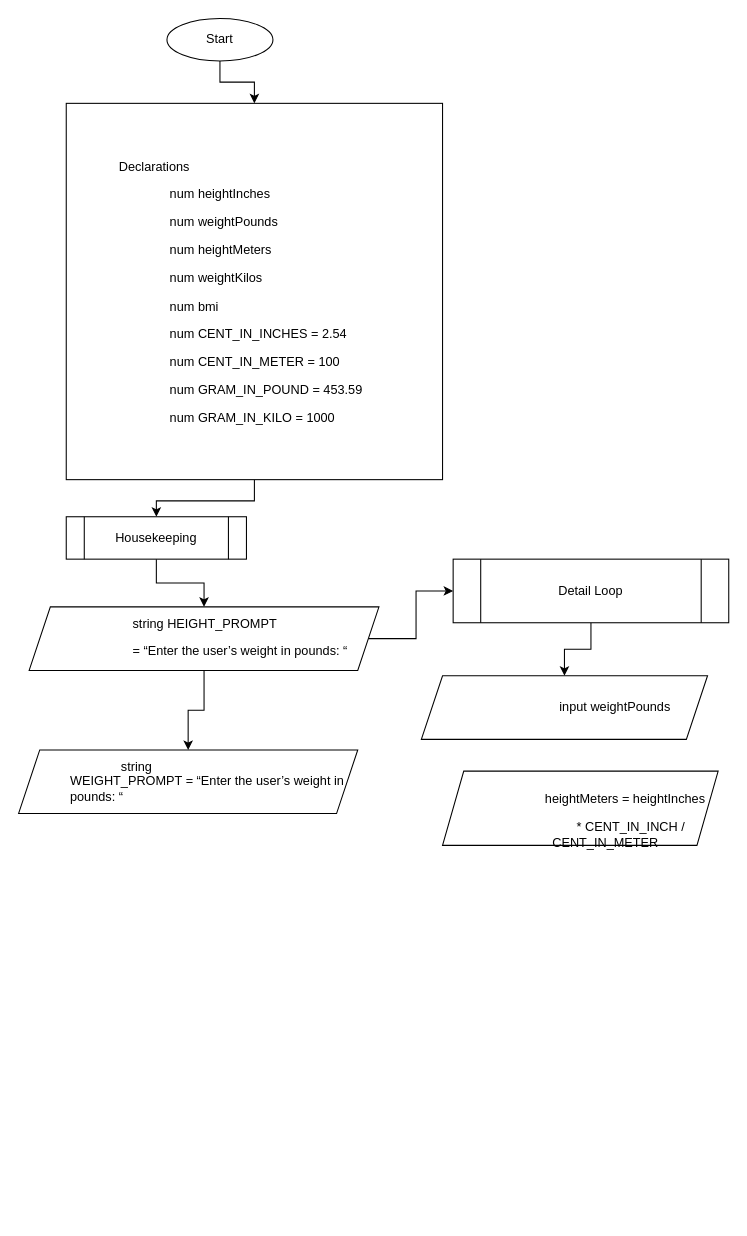
joe-cervantes/CIS-162 keeps this draw.io diagram as tutorial/Untitled Diagram.drawio. Above is the earlier version. Source tidied: cells renumbered, new cells numbered last; positions are measured from the earlier drawing's top-left corner, leaving out a move shared by most shapes. Both pictures are drawn from the tidied source at 106%, with x=0, y=0 at pixel (18, 18).
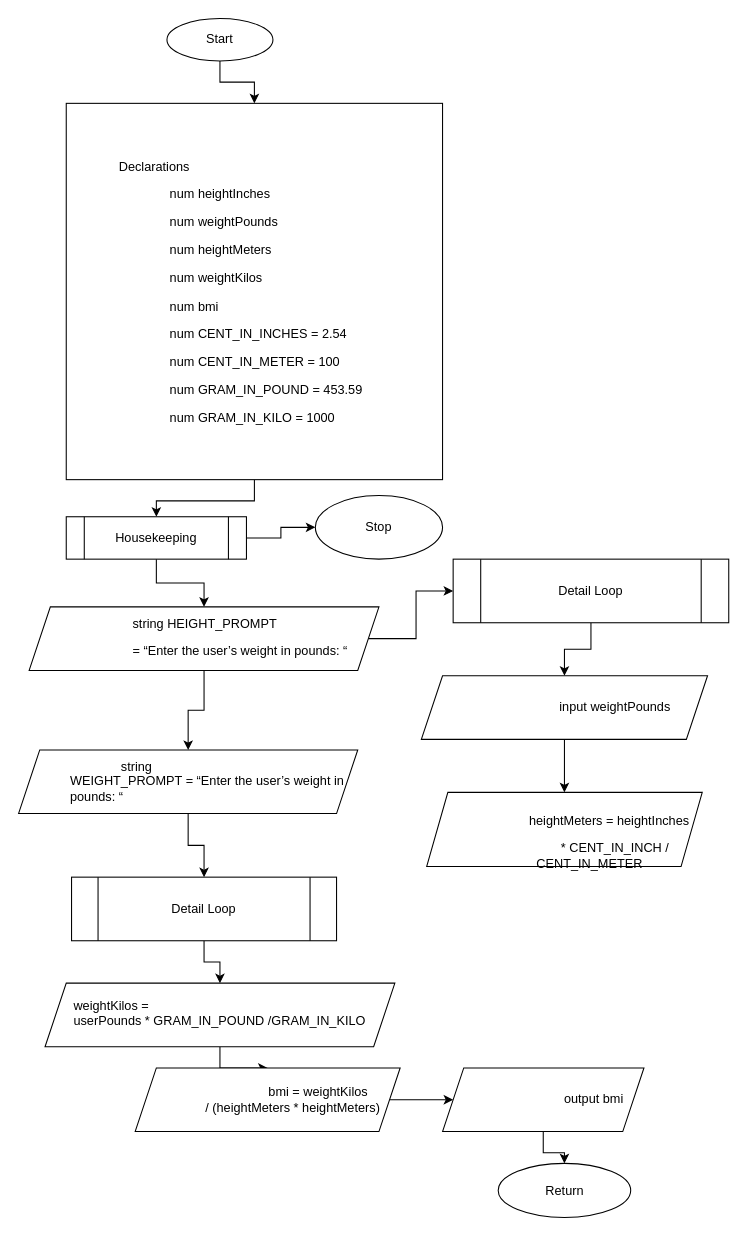
The same diagram, later.

The change refers to these unchanged cells:
```xml
<mxCell id="7" value="Housekeeping" style="shape=process;whiteSpace=wrap;html=1;backgroundOutline=1;" parent="1" vertex="1">
  <mxGeometry x="45" y="470" width="170" height="40" as="geometry" />
</mxCell>
<mxCell id="11" value="&lt;p style=&quot;text-align: left; margin-left: 0.5in; text-indent: 0.5in;&quot; class=&quot;MsoNormal&quot;&gt;string&lt;br/&gt;WEIGHT_PROMPT = “Enter the user’s weight in pounds: “&lt;/p&gt;" style="shape=parallelogram;perimeter=parallelogramPerimeter;whiteSpace=wrap;html=1;fixedSize=1;" parent="1" vertex="1">
  <mxGeometry y="690" width="320" height="60" as="geometry" />
</mxCell>
<mxCell id="14" value="&lt;p style=&quot;text-align: left; margin-left: 0.5in; text-indent: 0.5in;&quot; class=&quot;MsoNormal&quot;&gt;input weightPounds&lt;/p&gt;" style="shape=parallelogram;perimeter=parallelogramPerimeter;whiteSpace=wrap;html=1;fixedSize=1;" parent="1" vertex="1">
  <mxGeometry x="380" y="620" width="270" height="60" as="geometry" />
</mxCell>
```

Change to the diagram source:
```diff
@@
+    <mxCell id="16" style="edgeStyle=orthogonalEdgeStyle;rounded=0;jettySize=auto;html=1;" parent="1" edge="1" source="7" target="28">
+      <mxGeometry relative="1" as="geometry" />
+    </mxCell>
@@
+    <mxCell id="17" style="edgeStyle=orthogonalEdgeStyle;rounded=0;jettySize=auto;html=1;" parent="1" edge="1" source="11" target="20">
+      <mxGeometry relative="1" as="geometry" />
+    </mxCell>
@@
+    <mxCell id="18" style="edgeStyle=orthogonalEdgeStyle;rounded=0;jettySize=auto;html=1;" parent="1" edge="1" source="14" target="15">
+      <mxGeometry relative="1" as="geometry" />
+    </mxCell>
@@
     <mxCell id="15" value="&lt;br&gt;&lt;br&gt;&lt;br&gt;&lt;p style=&quot;margin-left:.5in;text-indent:.5in&quot; class=&quot;MsoNormal&quot;&gt;&lt;span style=&quot;background-color: transparent; color: light-dark(rgb(0, 0, 0), rgb(255, 255, 255)); text-indent: 0.5in;&quot;&gt;&lt;br&gt;&lt;/span&gt;&lt;/p&gt;&lt;p style=&quot;margin-left:.5in;text-indent:.5in&quot; class=&quot;MsoNormal&quot;&gt;&lt;span style=&quot;background-color: transparent; color: light-dark(rgb(0, 0, 0), rgb(255, 255, 255)); text-indent: 0.5in;&quot;&gt;&lt;br&gt;&lt;/span&gt;&lt;/p&gt;&lt;p style=&quot;text-align: left; margin-left: 0.5in; text-indent: 0.5in;&quot; class=&quot;MsoNormal&quot;&gt;&lt;span style=&quot;background-color: transparent; color: light-dark(rgb(0, 0, 0), rgb(255, 255, 255)); text-indent: 0.5in;&quot;&gt;heightMeters = heightInches&lt;/span&gt;&lt;/p&gt;&lt;p style=&quot;margin-left:.5in;text-indent:.5in&quot; class=&quot;MsoNormal&quot;&gt;* CENT_IN_INCH / CENT_IN_METER&lt;/p&gt;&lt;br&gt;&lt;br&gt;&lt;br&gt;&lt;br&gt;&lt;div&gt;&lt;br/&gt;&lt;/div&gt;" style="shape=parallelogram;perimeter=parallelogramPerimeter;whiteSpace=wrap;html=1;fixedSize=1;" parent="1" vertex="1">
-      <mxGeometry x="400" y="710" width="260" height="70" as="geometry" />
+      <mxGeometry x="385" y="730" width="260" height="70" as="geometry" />
     </mxCell>
+    <mxCell id="19" style="edgeStyle=orthogonalEdgeStyle;rounded=0;jettySize=auto;html=1;" parent="1" edge="1" source="20" target="22">
+      <mxGeometry relative="1" as="geometry" />
+    </mxCell>
+    <mxCell id="20" value="Detail Loop" style="shape=process;whiteSpace=wrap;html=1;backgroundOutline=1;" parent="1" vertex="1">
+      <mxGeometry x="50" y="810" width="250" height="60" as="geometry" />
+    </mxCell>
+    <mxCell id="21" style="edgeStyle=orthogonalEdgeStyle;rounded=0;jettySize=auto;html=1;" parent="1" edge="1" source="22" target="24">
+      <mxGeometry relative="1" as="geometry" />
+    </mxCell>
+    <mxCell id="22" value="&lt;br&gt;&lt;br&gt;&lt;br&gt;&lt;p style=&quot;margin-left:.5in;text-indent:.5in&quot; class=&quot;MsoNormal&quot;&gt;&lt;br&gt;&lt;/p&gt;&lt;p style=&quot;margin-left:.5in;text-indent:.5in&quot; class=&quot;MsoNormal&quot;&gt;&lt;/p&gt;&lt;div style=&quot;text-align: left;&quot;&gt;&lt;span style=&quot;text-indent: 0.5in; background-color: transparent; color: light-dark(rgb(0, 0, 0), rgb(255, 255, 255));&quot;&gt;weightKilos =&lt;/span&gt;&lt;/div&gt;userPounds * GRAM_IN_POUND /GRAM_IN_KILO&lt;p&gt;&lt;/p&gt;&lt;br&gt;&lt;br&gt;&lt;br&gt;&lt;br&gt;&lt;div&gt;&lt;br/&gt;&lt;/div&gt;" style="shape=parallelogram;perimeter=parallelogramPerimeter;whiteSpace=wrap;html=1;fixedSize=1;" parent="1" vertex="1">
+      <mxGeometry x="25" y="910" width="330" height="60" as="geometry" />
+    </mxCell>
+    <mxCell id="23" style="edgeStyle=orthogonalEdgeStyle;rounded=0;jettySize=auto;html=1;" parent="1" edge="1" source="24" target="26">
+      <mxGeometry relative="1" as="geometry" />
+    </mxCell>
+    <mxCell id="24" value="&lt;p style=&quot;margin-left:.5in;text-indent:.5in&quot; class=&quot;MsoNormal&quot;&gt;bmi = weightKilos&lt;br/&gt;/ (heightMeters * heightMeters)&lt;/p&gt;" style="shape=parallelogram;perimeter=parallelogramPerimeter;whiteSpace=wrap;html=1;fixedSize=1;" parent="1" vertex="1">
+      <mxGeometry x="110" y="990" width="250" height="60" as="geometry" />
+    </mxCell>
+    <mxCell id="25" style="edgeStyle=orthogonalEdgeStyle;rounded=0;jettySize=auto;html=1;" parent="1" edge="1" source="26" target="27">
+      <mxGeometry relative="1" as="geometry" />
+    </mxCell>
+    <mxCell id="26" value="&lt;p style=&quot;text-align: right; margin-left: 0.5in; text-indent: 0.5in;&quot; class=&quot;MsoNormal&quot;&gt;output bmi&lt;/p&gt;" style="shape=parallelogram;perimeter=parallelogramPerimeter;whiteSpace=wrap;html=1;fixedSize=1;" parent="1" vertex="1">
+      <mxGeometry x="400" y="990" width="190" height="60" as="geometry" />
+    </mxCell>
+    <mxCell id="27" value="Return" style="ellipse;whiteSpace=wrap;html=1;" parent="1" vertex="1">
+      <mxGeometry x="452.5" y="1080" width="125" height="51" as="geometry" />
+    </mxCell>
+    <mxCell id="28" value="Stop" style="ellipse;whiteSpace=wrap;html=1;" parent="1" vertex="1">
+      <mxGeometry x="280" y="450" width="120" height="60" as="geometry" />
+    </mxCell>
```
